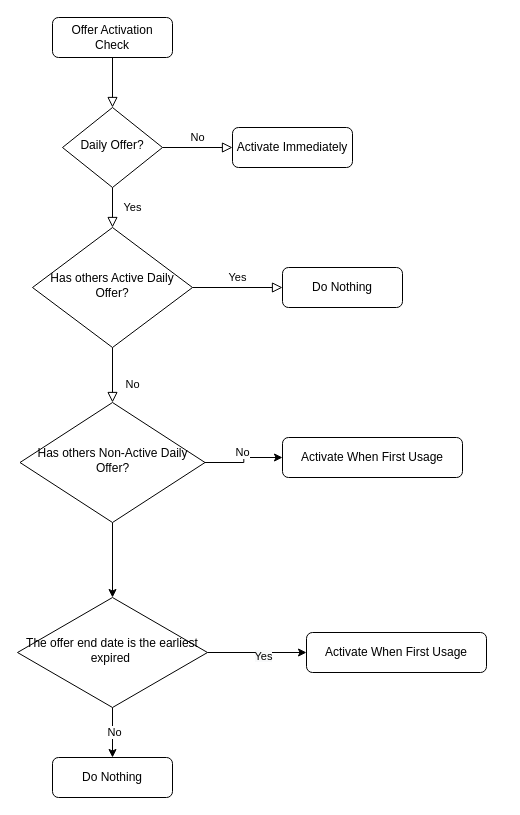
Before: Balance Usage and Activation.drawio in raymond-yk-lai/chart, a draw.io diagram. Source tidied: cells renumbered, new cells numbered last; positions are measured from the earlier drawing's top-left corner, leaving out a move shared by most shapes. Both pictures are drawn from the tidied source at 100%, with x=0, y=0 at pixel (17, 17).
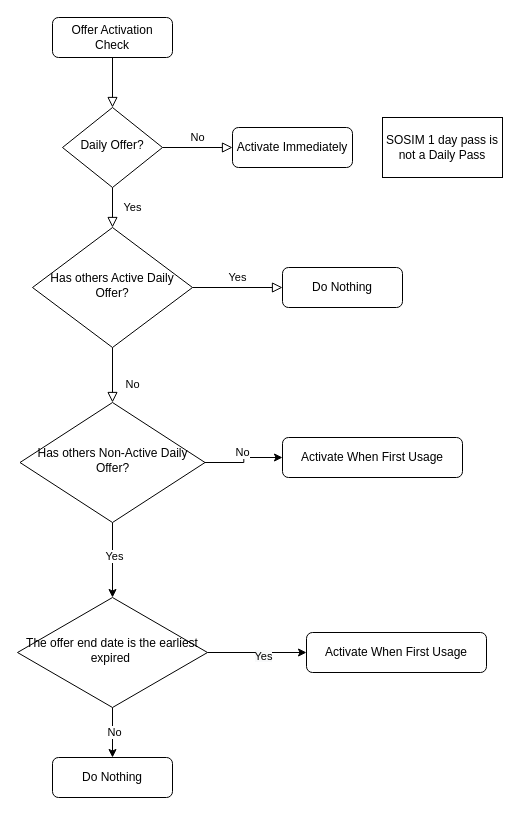
After the change.

Unchanged cells that the change refers to:
```xml
<mxCell id="13" style="edgeStyle=orthogonalEdgeStyle;rounded=0;jettySize=auto;html=1;" parent="1" edge="1" source="14" target="20">
  <mxGeometry relative="1" as="geometry" />
</mxCell>
```

What changed in the source:
```diff
@@
+    <mxCell id="23" value="Yes" style="edgeLabel;html=1;align=center;verticalAlign=middle;" parent="13" vertex="1">
+      <mxGeometry x="-0.12" y="1" relative="1" as="geometry" />
+    </mxCell>
@@
+    <mxCell id="24" value="SOSIM 1 day pass is not a Daily Pass" style="whiteSpace=wrap;html=1;" parent="1" vertex="1">
+      <mxGeometry x="365" y="100" width="120" height="60" as="geometry" />
+    </mxCell>
```
